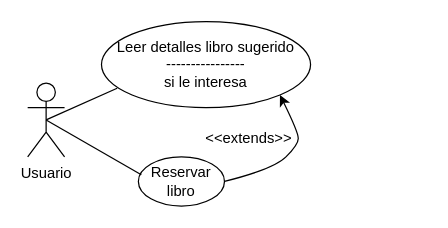
This is page "Página-1" (1 of 5) of casosDeUsoExtendidos/6recomendacionesSistema/6recomendacionesSistema.drawio from Adrimr7/ADSI23_biblioteca_e3scape, a draw.io file, before an edit. Source tidied: cells renumbered, new cells numbered last; positions are measured from the earlier drawing's top-left corner, leaving out a move shared by most shapes. Both pictures are drawn from the tidied source at 123%, with x=0, y=0 at pixel (27, 21).
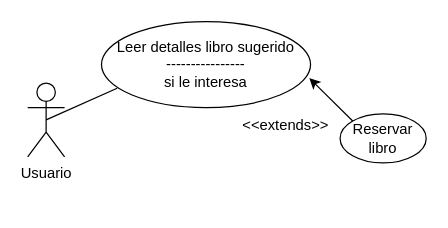
The same diagram, later.

Diff of the diagram source:
```diff
@@
 <mxGraphModel>
   <root>
     <mxCell id="0" />
     <mxCell id="1" parent="0" />
     <mxCell id="2" value="Usuario" style="shape=umlActor;verticalLabelPosition=bottom;verticalAlign=top;html=1;outlineConnect=0;" parent="1" vertex="1">
       <mxGeometry y="50" width="30" height="60" as="geometry" />
     </mxCell>
     <mxCell id="3" value="Leer detalles libro sugerido&lt;br&gt;----------------&lt;br&gt;si le interesa" style="ellipse;whiteSpace=wrap;html=1;" parent="1" vertex="1">
       <mxGeometry x="60" width="170" height="70" as="geometry" />
     </mxCell>
     <mxCell id="4" value="Reservar libro" style="ellipse;whiteSpace=wrap;html=1;" parent="1" vertex="1">
-      <mxGeometry x="90" y="110" width="70" height="40" as="geometry" />
+      <mxGeometry x="254" y="75" width="70" height="40" as="geometry" />
     </mxCell>
     <mxCell id="5" style="endArrow=none;html=1;rounded=0;exitX=0.5;exitY=0.5;exitDx=0;exitDy=0;exitPerimeter=0;entryX=0.075;entryY=0.775;entryDx=0;entryDy=0;entryPerimeter=0;" parent="1" edge="1" source="2" target="3">
       <mxGeometry relative="1" as="geometry" />
     </mxCell>
-    <mxCell id="6" style="endArrow=none;html=1;rounded=0;exitX=0.5;exitY=0.5;exitDx=0;exitDy=0;exitPerimeter=0;entryX=0.034;entryY=0.365;entryDx=0;entryDy=0;entryPerimeter=0;" parent="1" edge="1" source="2" target="4">
-      <mxGeometry relative="1" as="geometry" />
-    </mxCell>
+    <mxCell id="8" value="&amp;lt;&amp;lt;extends&amp;gt;&amp;gt;" style="text;html=1;strokeColor=none;fillColor=none;align=center;verticalAlign=middle;whiteSpace=wrap;rounded=0;" parent="1" vertex="1">
+      <mxGeometry x="180" y="70" width="60" height="30" as="geometry" />
+    </mxCell>
-    <mxCell id="7" style="curved=1;endArrow=classic;html=1;rounded=0;exitX=1;exitY=0.5;exitDx=0;exitDy=0;entryX=1;entryY=1;entryDx=0;entryDy=0;" parent="1" edge="1" source="4" target="3">
-      <mxGeometry relative="1" as="geometry">
-        <Array as="points">
-          <mxPoint x="200" y="120" />
-          <mxPoint x="220" y="100" />
-          <mxPoint x="220" y="90" />
-        </Array>
-      </mxGeometry>
+    <mxCell id="7" style="endArrow=classic;html=1;rounded=0;entryX=0.994;entryY=0.657;entryDx=0;entryDy=0;entryPerimeter=0;exitX=0;exitY=0;exitDx=0;exitDy=0;" parent="1" edge="1" source="4" target="3">
+      <mxGeometry relative="1" as="geometry" />
     </mxCell>
-    <mxCell id="8" value="&amp;lt;&amp;lt;extends&amp;gt;&amp;gt;" style="text;html=1;strokeColor=none;fillColor=none;align=center;verticalAlign=middle;whiteSpace=wrap;rounded=0;" parent="1" vertex="1">
-      <mxGeometry x="150" y="80" width="60" height="30" as="geometry" />
-    </mxCell>
   </root>
 </mxGraphModel>
```
